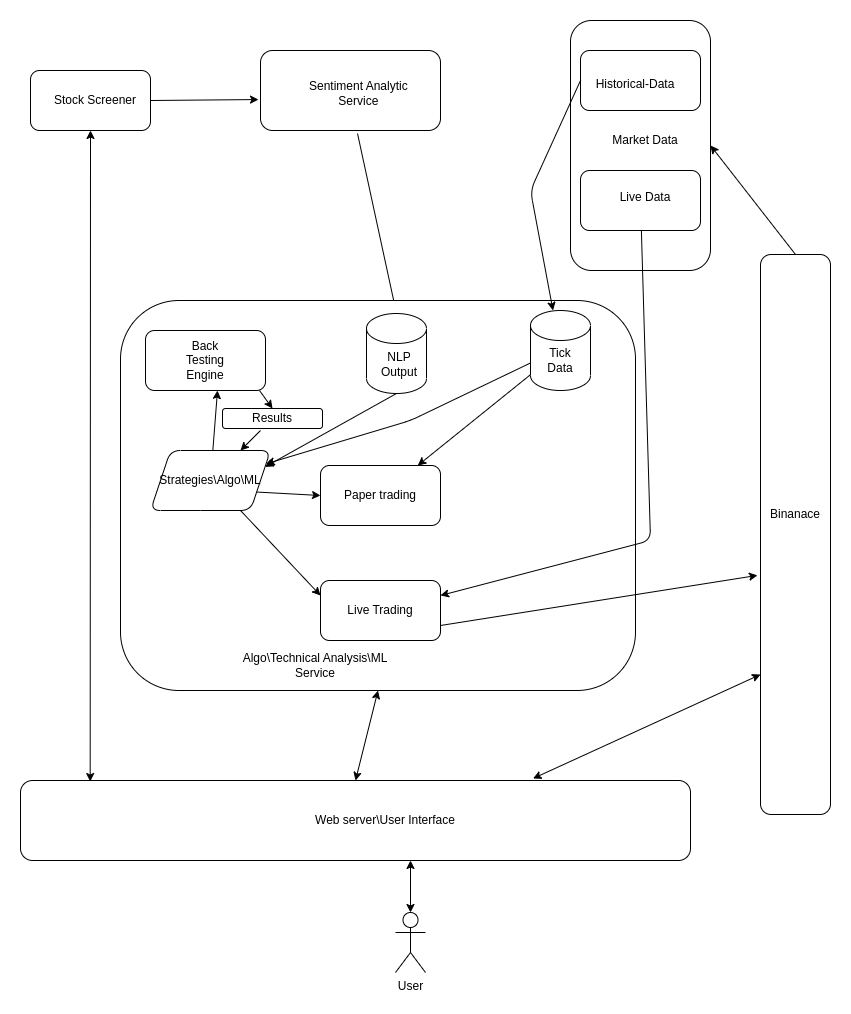
Before: CryptoArchitecture.drawio.png, a diagram exported from draw.io (patnamvamsi/Vritti-Trading-Platform). Source tidied: cells renumbered, new cells last; positions are measured from the earlier drawing's top-left corner, leaving out a move shared by most shapes.
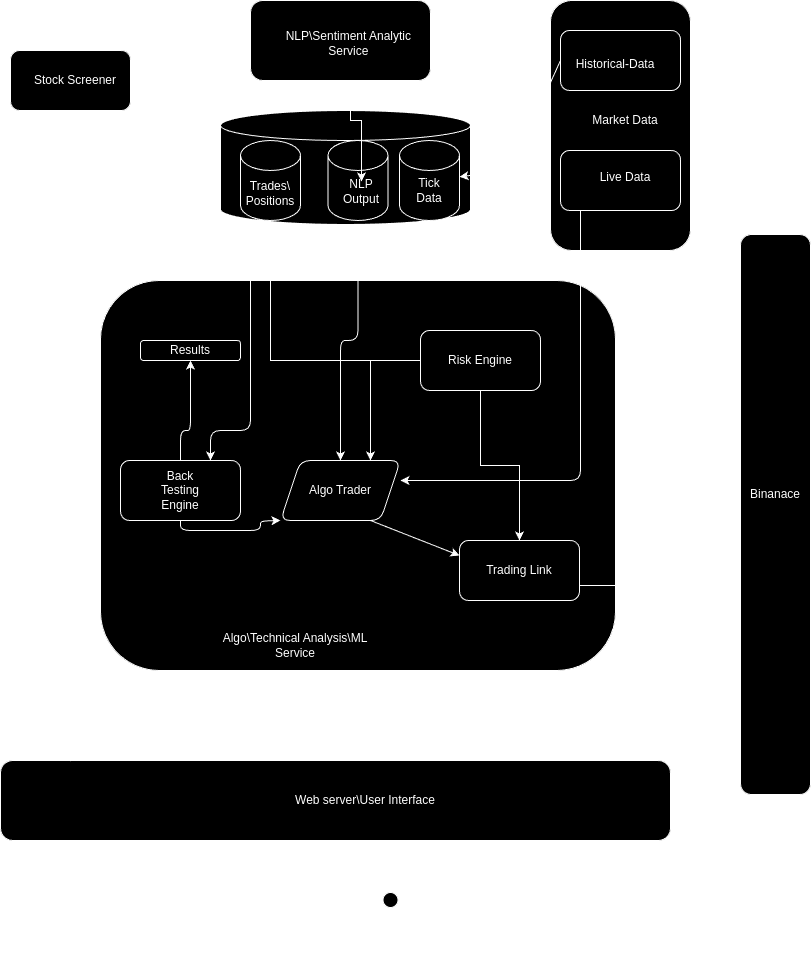
After the commit.

Change to the diagram source:
```diff
@@ -1,8 +1,8 @@
-<mxGraphModel>
+<mxGraphModel background="#ffffff">
   <root>
     <mxCell id="0" />
     <mxCell id="1" parent="0" />
-    <mxCell id="2" style="endArrow=classic;html=1;exitX=1;exitY=0.5;exitDx=0;exitDy=0;entryX=-0.011;entryY=0.613;entryDx=0;entryDy=0;entryPerimeter=0;labelBackgroundColor=none;fontColor=default;rounded=1;" parent="1" edge="1" source="14" target="11">
+    <mxCell id="2" style="endArrow=classic;html=1;exitX=1;exitY=0.5;exitDx=0;exitDy=0;entryX=-0.011;entryY=0.613;entryDx=0;entryDy=0;entryPerimeter=0;labelBackgroundColor=none;fontColor=default;rounded=1;edgeStyle=orthogonalEdgeStyle;" parent="1" edge="1" source="14" target="11">
       <mxGeometry relative="1" as="geometry" />
     </mxCell>
     <mxCell id="3" style="group;labelBackgroundColor=none;rounded=1;" parent="1" vertex="1">
@@ -27,12 +27,12 @@
       <mxGeometry x="40" y="110" width="70" height="20" as="geometry" />
     </mxCell>
     <mxCell id="10" style="group;labelBackgroundColor=none;rounded=1;" parent="1" vertex="1">
-      <mxGeometry x="240" y="40" width="180" height="80" as="geometry" />
+      <mxGeometry x="250" y="10" width="180" height="80" as="geometry" />
     </mxCell>
     <mxCell id="11" style="rounded=1;whiteSpace=wrap;html=1;labelBackgroundColor=none;" parent="10" vertex="1">
       <mxGeometry y="-10" width="180" height="80" as="geometry" />
     </mxCell>
-    <mxCell id="12" value="Sentiment Analytic&amp;nbsp; Service&amp;nbsp;" style="text;html=1;strokeColor=none;fillColor=none;align=center;verticalAlign=middle;whiteSpace=wrap;rounded=1;labelBackgroundColor=none;" parent="10" vertex="1">
+    <mxCell id="12" value="NLP\Sentiment Analytic&amp;nbsp; Service&amp;nbsp;" style="text;html=1;strokeColor=none;fillColor=none;align=center;verticalAlign=middle;whiteSpace=wrap;rounded=1;labelBackgroundColor=none;" parent="10" vertex="1">
       <mxGeometry x="30" y="10" width="140" height="45" as="geometry" />
     </mxCell>
     <mxCell id="13" style="group;labelBackgroundColor=none;rounded=1;" parent="1" vertex="1">
@@ -44,7 +44,7 @@
     <mxCell id="15" value="Stock Screener" style="text;html=1;strokeColor=none;fillColor=none;align=center;verticalAlign=middle;whiteSpace=wrap;rounded=1;labelBackgroundColor=none;" parent="13" vertex="1">
       <mxGeometry x="20" y="20" width="90" height="20" as="geometry" />
     </mxCell>
-    <mxCell id="16" style="endArrow=classic;html=1;exitX=0.539;exitY=1.038;exitDx=0;exitDy=0;entryX=0.5;entryY=0;entryDx=0;entryDy=0;exitPerimeter=0;labelBackgroundColor=none;fontColor=default;rounded=1;entryPerimeter=0;" parent="1" edge="1" source="11" target="50">
+    <mxCell id="16" style="endArrow=classic;html=1;exitX=0.539;exitY=1.038;exitDx=0;exitDy=0;entryX=0.5;entryY=0;entryDx=0;entryDy=0;exitPerimeter=0;labelBackgroundColor=none;fontColor=default;rounded=1;entryPerimeter=0;" parent="1" edge="1" source="53" target="50">
       <mxGeometry relative="1" as="geometry" />
     </mxCell>
     <mxCell id="17" style="rounded=1;whiteSpace=wrap;html=1;labelBackgroundColor=none;" parent="1" vertex="1">
@@ -59,37 +59,12 @@
     <mxCell id="20" value="Binanace" style="text;html=1;strokeColor=none;fillColor=none;align=center;verticalAlign=middle;whiteSpace=wrap;rounded=1;labelBackgroundColor=none;" parent="18" vertex="1">
       <mxGeometry x="15" y="200" width="40" height="120" as="geometry" />
     </mxCell>
-    <mxCell id="21" style="shape=cylinder3;whiteSpace=wrap;html=1;boundedLbl=1;backgroundOutline=1;size=15;labelBackgroundColor=none;rounded=1;" parent="1" vertex="1">
-      <mxGeometry x="510" y="290" width="60" height="80" as="geometry" />
-    </mxCell>
-    <mxCell id="22" value="Tick Data" style="text;html=1;strokeColor=none;fillColor=none;align=center;verticalAlign=middle;whiteSpace=wrap;rounded=1;labelBackgroundColor=none;" parent="1" vertex="1">
-      <mxGeometry x="520" y="330" width="40" height="20" as="geometry" />
-    </mxCell>
     <mxCell id="23" value="Algo\Technical Analysis\ML Service" style="text;html=1;strokeColor=none;fillColor=none;align=center;verticalAlign=middle;whiteSpace=wrap;rounded=1;labelBackgroundColor=none;" parent="1" vertex="1">
       <mxGeometry x="215" y="630" width="160" height="30" as="geometry" />
     </mxCell>
     <mxCell id="24" style="endArrow=classic;html=1;entryX=1;entryY=0.5;entryDx=0;entryDy=0;exitX=0.5;exitY=0;exitDx=0;exitDy=0;labelBackgroundColor=none;fontColor=default;rounded=1;" parent="1" edge="1" source="19" target="4">
       <mxGeometry relative="1" as="geometry" />
     </mxCell>
-    <mxCell id="25" style="endArrow=classic;html=1;exitX=0;exitY=0.5;exitDx=0;exitDy=0;labelBackgroundColor=none;fontColor=default;rounded=1;" parent="1" edge="1" source="5" target="21">
-      <mxGeometry relative="1" as="geometry">
-        <Array as="points">
-          <mxPoint x="510" y="170" />
-        </Array>
-      </mxGeometry>
-    </mxCell>
-    <mxCell id="26" style="group;labelBackgroundColor=none;rounded=1;" parent="1" vertex="1">
-      <mxGeometry x="215" y="470" width="120" height="60" as="geometry" />
-    </mxCell>
-    <mxCell id="27" style="group;labelBackgroundColor=none;rounded=1;" parent="26" vertex="1">
-      <mxGeometry x="-90" y="-160" width="120" height="60" as="geometry" />
-    </mxCell>
-    <mxCell id="28" style="rounded=1;whiteSpace=wrap;html=1;labelBackgroundColor=none;" parent="27" vertex="1">
-      <mxGeometry width="120" height="60" as="geometry" />
-    </mxCell>
-    <mxCell id="29" value="Back Testing Engine" style="text;html=1;strokeColor=none;fillColor=none;align=center;verticalAlign=middle;whiteSpace=wrap;rounded=1;labelBackgroundColor=none;" parent="27" vertex="1">
-      <mxGeometry x="40" y="20" width="40" height="20" as="geometry" />
-    </mxCell>
     <mxCell id="30" style="rounded=1;whiteSpace=wrap;html=1;labelBackgroundColor=none;" parent="1" vertex="1">
       <mxGeometry y="760" width="670" height="80" as="geometry" />
     </mxCell>
@@ -104,72 +79,112 @@
         <mxPoint x="390" y="840" as="targetPoint" />
       </mxGeometry>
     </mxCell>
-    <mxCell id="34" style="endArrow=classic;startArrow=classic;html=1;entryX=0.5;entryY=1;entryDx=0;entryDy=0;labelBackgroundColor=none;fontColor=default;rounded=1;exitX=0.5;exitY=0;exitDx=0;exitDy=0;" parent="1" edge="1" source="30" target="17">
+    <mxCell id="34" style="endArrow=classic;startArrow=classic;html=1;entryX=0.5;entryY=1;entryDx=0;entryDy=0;labelBackgroundColor=none;fontColor=default;rounded=1;exitX=0.5;exitY=0;exitDx=0;exitDy=0;edgeStyle=orthogonalEdgeStyle;" parent="1" edge="1" source="30" target="17">
       <mxGeometry relative="1" as="geometry" />
     </mxCell>
-    <mxCell id="35" style="endArrow=classic;startArrow=classic;html=1;exitX=0.765;exitY=-0.025;exitDx=0;exitDy=0;entryX=0;entryY=0.75;entryDx=0;entryDy=0;exitPerimeter=0;labelBackgroundColor=none;fontColor=default;rounded=1;" parent="1" edge="1" source="30" target="19">
-      <mxGeometry relative="1" as="geometry" />
-    </mxCell>
     <mxCell id="36" style="endArrow=classic;startArrow=classic;html=1;entryX=0.5;entryY=1;entryDx=0;entryDy=0;exitX=0.104;exitY=0.013;exitDx=0;exitDy=0;exitPerimeter=0;labelBackgroundColor=none;fontColor=default;rounded=1;" parent="1" edge="1" source="30" target="14">
       <mxGeometry relative="1" as="geometry" />
     </mxCell>
-    <mxCell id="37" value="Strategies\Algo\ML" style="shape=parallelogram;perimeter=parallelogramPerimeter;whiteSpace=wrap;html=1;fixedSize=1;labelBackgroundColor=none;rounded=1;" parent="1" vertex="1">
-      <mxGeometry x="130" y="430" width="120" height="60" as="geometry" />
+    <mxCell id="37" value="Algo Trader" style="shape=parallelogram;perimeter=parallelogramPerimeter;whiteSpace=wrap;html=1;fixedSize=1;labelBackgroundColor=none;rounded=1;" parent="1" vertex="1">
+      <mxGeometry x="280" y="460" width="120" height="60" as="geometry" />
     </mxCell>
-    <mxCell id="38" style="endArrow=classic;html=1;entryX=0.6;entryY=1;entryDx=0;entryDy=0;entryPerimeter=0;labelBackgroundColor=none;fontColor=default;rounded=1;" parent="1" edge="1" source="37" target="28">
-      <mxGeometry relative="1" as="geometry" />
+    <mxCell id="38" style="endArrow=classic;html=1;labelBackgroundColor=none;fontColor=default;rounded=1;exitX=0.5;exitY=1;exitDx=0;exitDy=0;edgeStyle=orthogonalEdgeStyle;" parent="1" edge="1" source="28">
+      <mxGeometry relative="1" as="geometry">
+        <mxPoint x="280" y="520" as="targetPoint" />
+      </mxGeometry>
     </mxCell>
-    <mxCell id="39" value="Paper trading" style="rounded=1;whiteSpace=wrap;html=1;labelBackgroundColor=none;" parent="1" vertex="1">
-      <mxGeometry x="300" y="445" width="120" height="60" as="geometry" />
-    </mxCell>
     <mxCell id="40" value="Results" style="rounded=1;whiteSpace=wrap;html=1;labelBackgroundColor=none;" parent="1" vertex="1">
-      <mxGeometry x="202" y="388" width="100" height="20" as="geometry" />
+      <mxGeometry x="140" y="340" width="100" height="20" as="geometry" />
     </mxCell>
-    <mxCell id="41" value="Live Trading" style="rounded=1;whiteSpace=wrap;html=1;labelBackgroundColor=none;" parent="1" vertex="1">
-      <mxGeometry x="300" y="560" width="120" height="60" as="geometry" />
+    <mxCell id="41" value="Trading Link" style="rounded=1;whiteSpace=wrap;html=1;labelBackgroundColor=none;" parent="1" vertex="1">
+      <mxGeometry x="459" y="540" width="120" height="60" as="geometry" />
     </mxCell>
-    <mxCell id="42" style="endArrow=classic;html=1;exitX=0.95;exitY=1;exitDx=0;exitDy=0;exitPerimeter=0;entryX=0.5;entryY=0;entryDx=0;entryDy=0;labelBackgroundColor=none;fontColor=default;rounded=1;" parent="1" edge="1" source="28" target="40">
-      <mxGeometry relative="1" as="geometry" />
+    <mxCell id="42" style="endArrow=classic;html=1;exitX=0.5;exitY=0;exitDx=0;exitDy=0;entryX=0.5;entryY=1;entryDx=0;entryDy=0;labelBackgroundColor=none;fontColor=default;rounded=1;edgeStyle=orthogonalEdgeStyle;" parent="1" edge="1" source="28" target="40">
+      <mxGeometry relative="1" as="geometry">
+        <Array as="points">
+          <mxPoint x="180" y="430" />
+          <mxPoint x="190" y="430" />
+        </Array>
+      </mxGeometry>
     </mxCell>
-    <mxCell id="43" style="endArrow=classic;html=1;exitX=1;exitY=0.75;exitDx=0;exitDy=0;entryX=0;entryY=0.5;entryDx=0;entryDy=0;labelBackgroundColor=none;fontColor=default;rounded=1;" parent="1" edge="1" source="37" target="39">
-      <mxGeometry relative="1" as="geometry" />
-    </mxCell>
     <mxCell id="44" style="endArrow=classic;html=1;exitX=0.75;exitY=1;exitDx=0;exitDy=0;entryX=0;entryY=0.25;entryDx=0;entryDy=0;labelBackgroundColor=none;fontColor=default;rounded=1;" parent="1" edge="1" source="37" target="41">
       <mxGeometry relative="1" as="geometry" />
     </mxCell>
-    <mxCell id="45" style="endArrow=classic;html=1;labelBackgroundColor=none;fontColor=default;rounded=1;" parent="1" edge="1" target="37">
-      <mxGeometry relative="1" as="geometry">
-        <mxPoint x="240" y="410" as="sourcePoint" />
-      </mxGeometry>
-    </mxCell>
-    <mxCell id="46" style="endArrow=classic;html=1;labelBackgroundColor=none;fontColor=default;rounded=1;" parent="1" edge="1" source="21" target="39">
-      <mxGeometry relative="1" as="geometry" />
-    </mxCell>
-    <mxCell id="47" style="endArrow=classic;html=1;entryX=1;entryY=0.25;entryDx=0;entryDy=0;labelBackgroundColor=none;fontColor=default;rounded=1;" parent="1" edge="1" source="6" target="41">
+    <mxCell id="47" style="endArrow=classic;html=1;labelBackgroundColor=none;fontColor=default;rounded=1;edgeStyle=orthogonalEdgeStyle;" parent="1" edge="1" source="6">
       <mxGeometry relative="1" as="geometry">
+        <mxPoint x="400" y="480" as="targetPoint" />
         <Array as="points">
-          <mxPoint x="630" y="520" />
+          <mxPoint x="580" y="480" />
         </Array>
       </mxGeometry>
     </mxCell>
-    <mxCell id="48" style="endArrow=classic;html=1;exitX=1;exitY=0.75;exitDx=0;exitDy=0;entryX=-0.043;entryY=0.573;entryDx=0;entryDy=0;entryPerimeter=0;labelBackgroundColor=none;fontColor=default;rounded=1;" parent="1" edge="1" source="41" target="19">
+    <mxCell id="48" style="endArrow=classic;html=1;exitX=1;exitY=0.75;exitDx=0;exitDy=0;entryX=-0.043;entryY=0.573;entryDx=0;entryDy=0;entryPerimeter=0;labelBackgroundColor=none;fontColor=default;rounded=1;edgeStyle=orthogonalEdgeStyle;" parent="1" edge="1" source="41" target="19">
       <mxGeometry relative="1" as="geometry" />
     </mxCell>
-    <mxCell id="49" style="endArrow=classic;html=1;labelBackgroundColor=none;fontColor=default;rounded=1;exitX=0;exitY=0;exitDx=0;exitDy=52.5;exitPerimeter=0;" parent="1" edge="1" source="21" target="37">
+    <mxCell id="49" style="endArrow=classic;html=1;labelBackgroundColor=none;fontColor=default;rounded=1;exitX=0.5;exitY=1;exitDx=0;exitDy=0;exitPerimeter=0;edgeStyle=orthogonalEdgeStyle;entryX=0.75;entryY=0;entryDx=0;entryDy=0;" parent="1" edge="1" source="21" target="28">
       <mxGeometry relative="1" as="geometry">
         <Array as="points">
-          <mxPoint x="390" y="400" />
+          <mxPoint x="429" y="240" />
+          <mxPoint x="250" y="240" />
+          <mxPoint x="250" y="430" />
+          <mxPoint x="210" y="430" />
         </Array>
       </mxGeometry>
     </mxCell>
+    <mxCell id="52" style="endArrow=classic;html=1;exitX=0.5;exitY=1;exitDx=0;exitDy=0;exitPerimeter=0;labelBackgroundColor=none;fontColor=default;rounded=1;entryX=0.5;entryY=0;entryDx=0;entryDy=0;edgeStyle=orthogonalEdgeStyle;" parent="1" edge="1" source="50" target="37">
+      <mxGeometry relative="1" as="geometry" />
+    </mxCell>
+    <mxCell id="53" style="shape=cylinder3;whiteSpace=wrap;html=1;boundedLbl=1;backgroundOutline=1;size=15;" parent="1" vertex="1">
+      <mxGeometry x="220" y="110" width="250" height="114" as="geometry" />
+    </mxCell>
+    <mxCell id="21" style="shape=cylinder3;whiteSpace=wrap;html=1;boundedLbl=1;backgroundOutline=1;size=15;labelBackgroundColor=none;rounded=1;" parent="1" vertex="1">
+      <mxGeometry x="399" y="140" width="60" height="80" as="geometry" />
+    </mxCell>
+    <mxCell id="22" value="Tick Data" style="text;html=1;strokeColor=none;fillColor=none;align=center;verticalAlign=middle;whiteSpace=wrap;rounded=1;labelBackgroundColor=none;" parent="1" vertex="1">
+      <mxGeometry x="409" y="180" width="40" height="20" as="geometry" />
+    </mxCell>
     <mxCell id="50" style="shape=cylinder3;whiteSpace=wrap;html=1;boundedLbl=1;backgroundOutline=1;size=15;labelBackgroundColor=none;rounded=1;" parent="1" vertex="1">
-      <mxGeometry x="346" y="293" width="60" height="80" as="geometry" />
+      <mxGeometry x="327.5" y="140" width="60" height="80" as="geometry" />
     </mxCell>
     <mxCell id="51" value="NLP Output" style="text;html=1;strokeColor=none;fillColor=none;align=center;verticalAlign=middle;whiteSpace=wrap;rounded=1;labelBackgroundColor=none;" parent="1" vertex="1">
-      <mxGeometry x="359" y="334" width="40" height="20" as="geometry" />
+      <mxGeometry x="340.5" y="181" width="40" height="20" as="geometry" />
     </mxCell>
-    <mxCell id="52" style="endArrow=classic;html=1;exitX=0.5;exitY=1;exitDx=0;exitDy=0;entryX=1;entryY=0.25;entryDx=0;entryDy=0;exitPerimeter=0;labelBackgroundColor=none;fontColor=default;rounded=1;" parent="1" edge="1" source="50" target="37">
-      <mxGeometry relative="1" as="geometry" />
-    </mxCell>
+    <mxCell id="28" style="rounded=1;whiteSpace=wrap;html=1;labelBackgroundColor=none;" parent="1" vertex="1">
+      <mxGeometry x="120" y="460" width="120" height="60" as="geometry" />
+    </mxCell>
+    <mxCell id="29" value="Back Testing Engine" style="text;html=1;strokeColor=none;fillColor=none;align=center;verticalAlign=middle;whiteSpace=wrap;rounded=1;labelBackgroundColor=none;" parent="1" vertex="1">
+      <mxGeometry x="160" y="480" width="40" height="20" as="geometry" />
+    </mxCell>
+    <mxCell id="54" style="edgeStyle=orthogonalEdgeStyle;rounded=0;jettySize=auto;html=1;exitX=0.5;exitY=1;exitDx=0;exitDy=0;" parent="1" edge="1" source="11" target="51">
+      <mxGeometry relative="1" as="geometry">
+        <Array as="points">
+          <mxPoint x="350" y="80" />
+          <mxPoint x="350" y="120" />
+          <mxPoint x="361" y="120" />
+        </Array>
+      </mxGeometry>
+    </mxCell>
+    <mxCell id="25" style="endArrow=classic;html=1;exitX=0;exitY=0.5;exitDx=0;exitDy=0;labelBackgroundColor=none;fontColor=default;rounded=1;" parent="1" edge="1" source="5" target="21">
+      <mxGeometry relative="1" as="geometry">
+        <Array as="points">
+          <mxPoint x="510" y="170" />
+        </Array>
+      </mxGeometry>
+    </mxCell>
+    <mxCell id="55" style="edgeStyle=orthogonalEdgeStyle;rounded=0;jettySize=auto;html=1;entryX=0.5;entryY=0;entryDx=0;entryDy=0;" parent="1" edge="1" source="57" target="41">
+      <mxGeometry relative="1" as="geometry" />
+    </mxCell>
+    <mxCell id="56" style="edgeStyle=orthogonalEdgeStyle;rounded=0;jettySize=auto;html=1;entryX=0.75;entryY=0;entryDx=0;entryDy=0;" parent="1" edge="1" source="57" target="37">
+      <mxGeometry relative="1" as="geometry" />
+    </mxCell>
+    <mxCell id="57" value="Risk Engine" style="rounded=1;whiteSpace=wrap;html=1;labelBackgroundColor=none;" parent="1" vertex="1">
+      <mxGeometry x="420" y="330" width="120" height="60" as="geometry" />
+    </mxCell>
+    <mxCell id="58" value="Trades\&lt;br&gt;Positions" style="shape=cylinder3;whiteSpace=wrap;html=1;boundedLbl=1;backgroundOutline=1;size=15;labelBackgroundColor=none;rounded=1;" parent="1" vertex="1">
+      <mxGeometry x="240" y="140" width="60" height="80" as="geometry" />
+    </mxCell>
+    <mxCell id="59" style="edgeStyle=orthogonalEdgeStyle;rounded=0;jettySize=auto;html=1;entryX=0.5;entryY=1;entryDx=0;entryDy=0;entryPerimeter=0;" parent="1" edge="1" source="57" target="58">
+      <mxGeometry relative="1" as="geometry" />
+    </mxCell>
   </root>
 </mxGraphModel>
```
